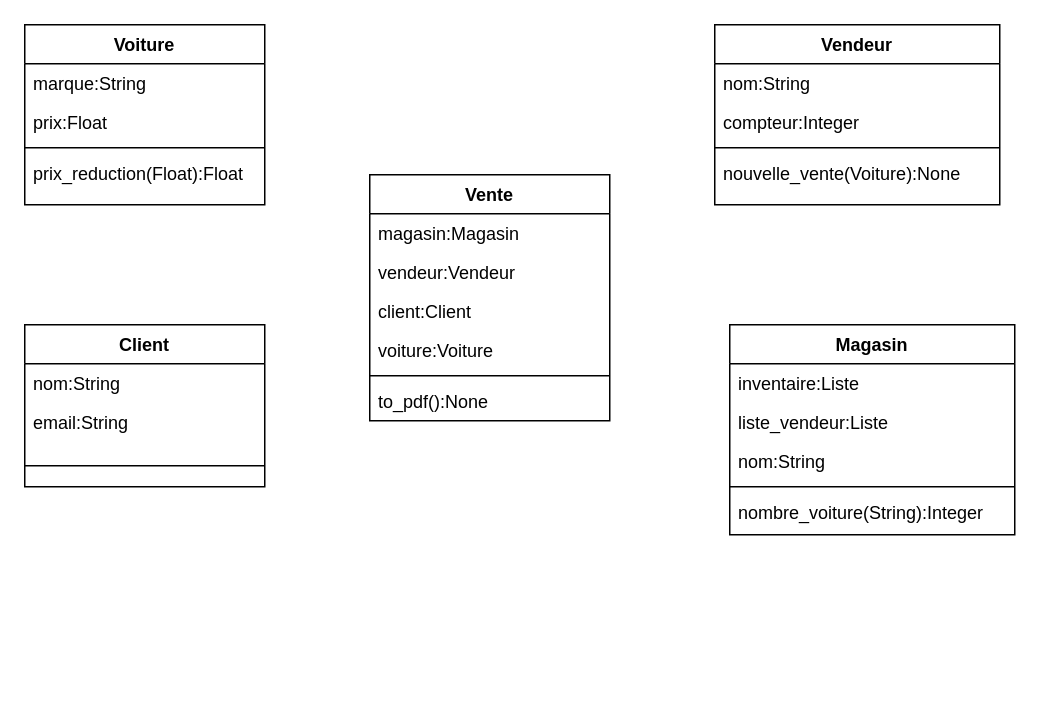
Before: Diagramme sans nom.drawio in Lohofora/Programmation-orient-e-objet, a draw.io diagram. Source tidied: cells renumbered, new cells numbered last; positions are measured from the earlier drawing's top-left corner, leaving out a move shared by most shapes. Both pictures are drawn from the tidied source at 150%, with x=0, y=0 at pixel (24, 24).
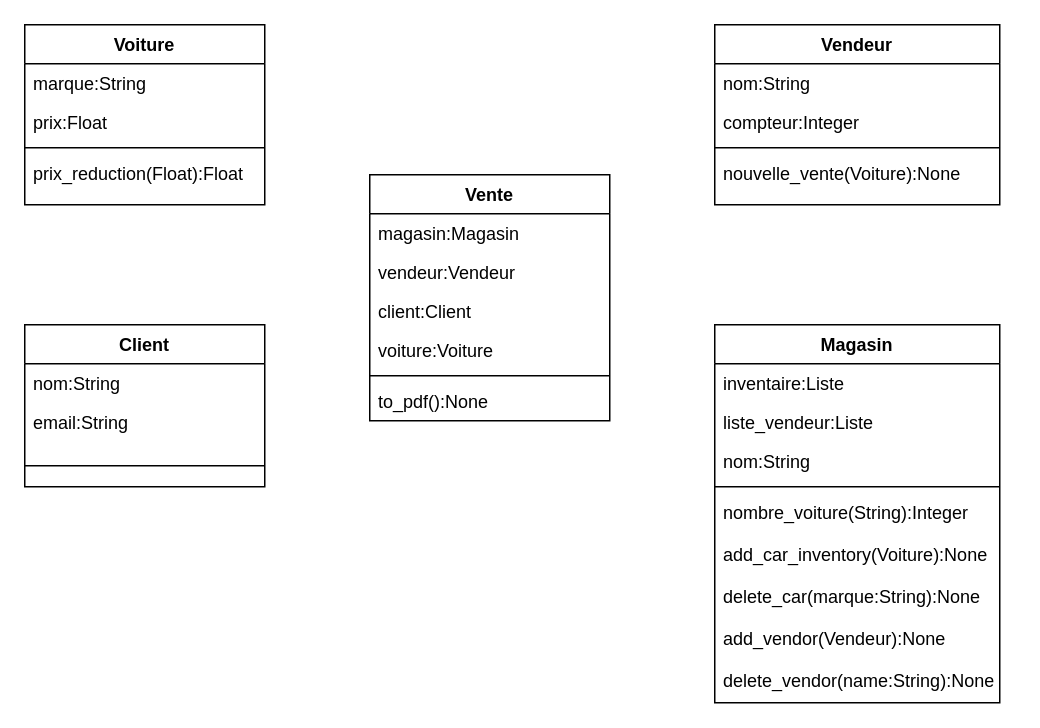
After the change.

Commit message:
Mettre à jour Diagramme sans nom.drawio

Diff of the diagram source:
```diff
@@
     <mxCell id="7" value="Magasin" style="swimlane;fontStyle=1;align=center;verticalAlign=top;horizontal=1;startSize=26;rounded=0;shadow=0;strokeWidth=1;" parent="1" vertex="1">
-      <mxGeometry x="470" y="200" width="190" height="140" as="geometry" />
+      <mxGeometry x="460" y="200" width="190" height="252" as="geometry" />
     </mxCell>
@@
+    <mxCell id="29" value="add_car_inventory(Voiture):None" style="text;align=left;verticalAlign=top;spacingLeft=4;spacingRight=4;overflow=hidden;" parent="7" vertex="1">
+      <mxGeometry y="140" width="190" height="28" as="geometry" />
+    </mxCell>
+    <mxCell id="30" value="delete_car(marque:String):None" style="text;align=left;verticalAlign=top;spacingLeft=4;spacingRight=4;overflow=hidden;" parent="7" vertex="1">
+      <mxGeometry y="168" width="190" height="28" as="geometry" />
+    </mxCell>
+    <mxCell id="31" value="add_vendor(Vendeur):None" style="text;align=left;verticalAlign=top;spacingLeft=4;spacingRight=4;overflow=hidden;" parent="7" vertex="1">
+      <mxGeometry y="196" width="190" height="28" as="geometry" />
+    </mxCell>
+    <mxCell id="32" value="delete_vendor(name:String):None" style="text;align=left;verticalAlign=top;spacingLeft=4;spacingRight=4;overflow=hidden;" parent="7" vertex="1">
+      <mxGeometry y="224" width="190" height="28" as="geometry" />
+    </mxCell>
```
